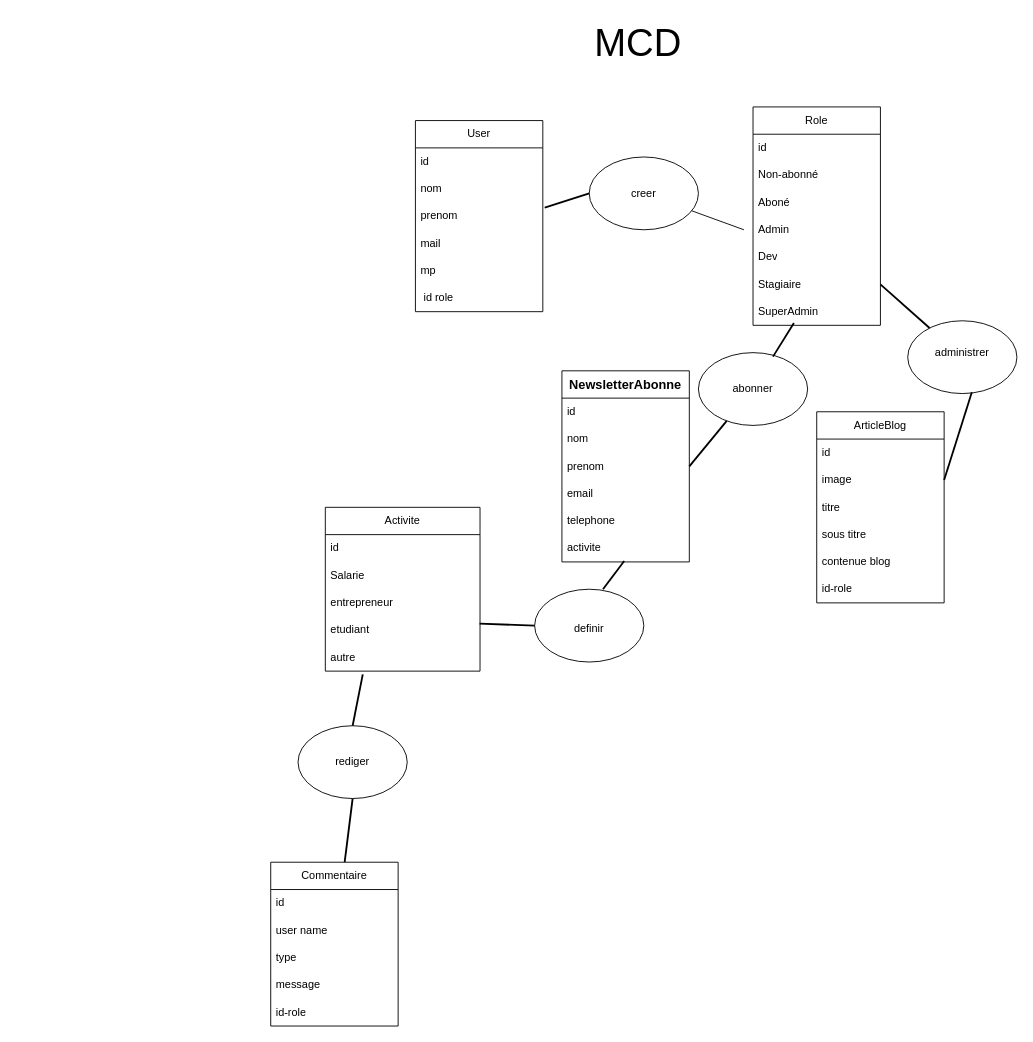
Above: public/Bdd/mcd.drawio in noname-spirit/ProjetGretaFinAnnee (draw.io), before the change. Source tidied: cells renumbered, new cells numbered last; positions are measured from the earlier drawing's top-left corner, leaving out a move shared by most shapes. Both pictures are drawn from the tidied source at 91%, with x=0, y=0 at pixel (270, 15).
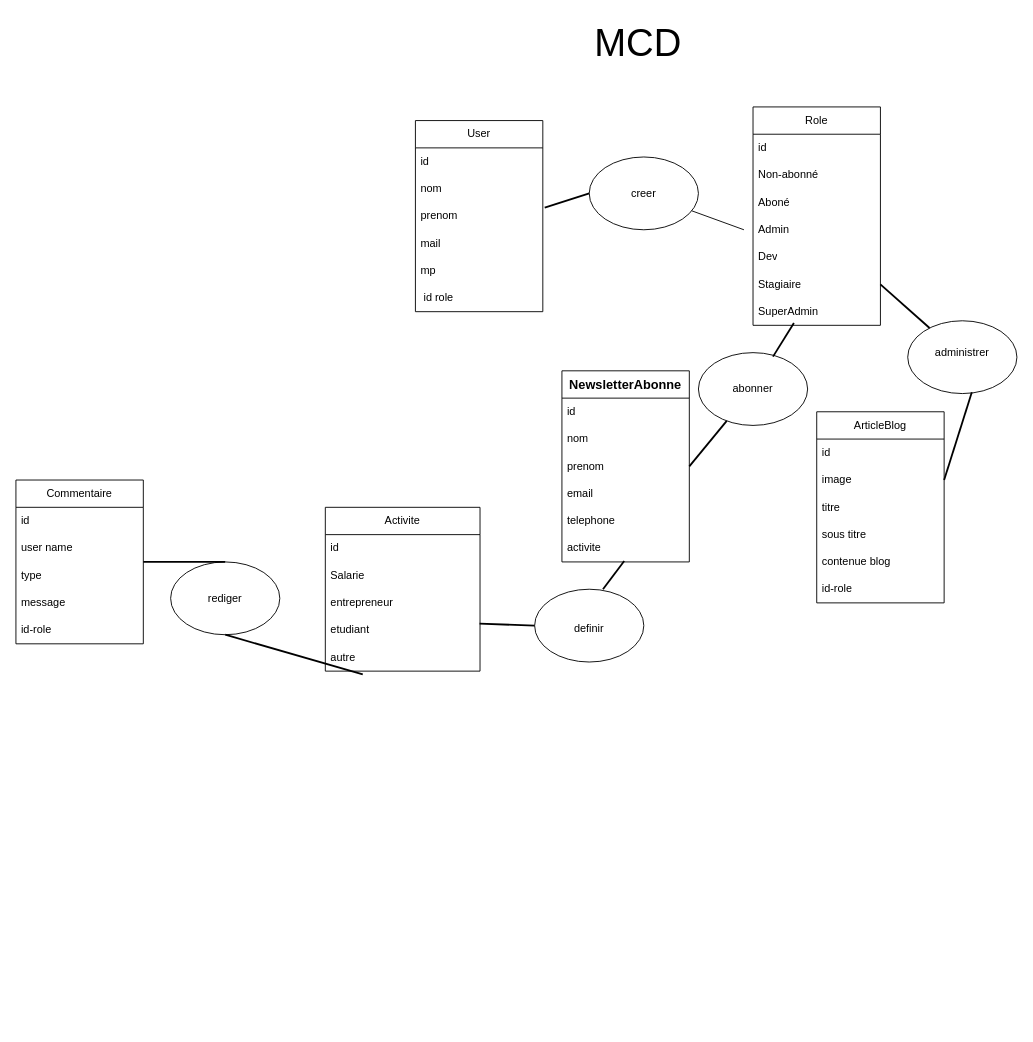
The same page after the edit.

The edit, as a diff of the source:
```diff
@@
     <mxCell id="24" value="Commentaire" style="swimlane;fontStyle=0;horizontal=1;startSize=30;whiteSpace=wrap;html=1;" parent="1" vertex="1">
-      <mxGeometry y="930" width="140" height="180" as="geometry" />
+      <mxGeometry x="-280" y="510" width="140" height="180" as="geometry" />
     </mxCell>
@@
-    <mxCell id="45" style="ellipse;whiteSpace=wrap;html=1;" parent="1" vertex="1">
-      <mxGeometry x="30" y="780" width="120" height="80" as="geometry" />
+    <mxCell id="45" style="ellipse;whiteSpace=wrap;html=1;rotation=-180;" parent="1" vertex="1">
+      <mxGeometry x="-110" y="600" width="120" height="80" as="geometry" />
     </mxCell>
@@
     <mxCell id="63" value="&lt;div&gt;rediger&lt;/div&gt;" style="text;html=1;align=center;verticalAlign=middle;whiteSpace=wrap;rounded=0;" parent="1" vertex="1">
-      <mxGeometry x="60" y="805" width="60" height="30" as="geometry" />
+      <mxGeometry x="-100" y="625" width="100" height="30" as="geometry" />
     </mxCell>
```
